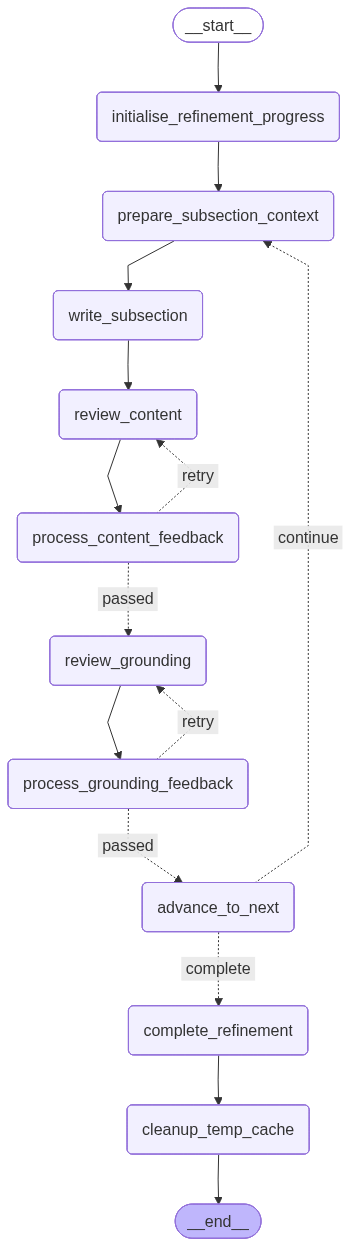
This is graph_diagrams/refinement_graph.png from flatala/langgraph-research, a Mermaid export, as it was before one commit. Its source is kept beside it as graph_diagrams/refinement_graph.mmd.
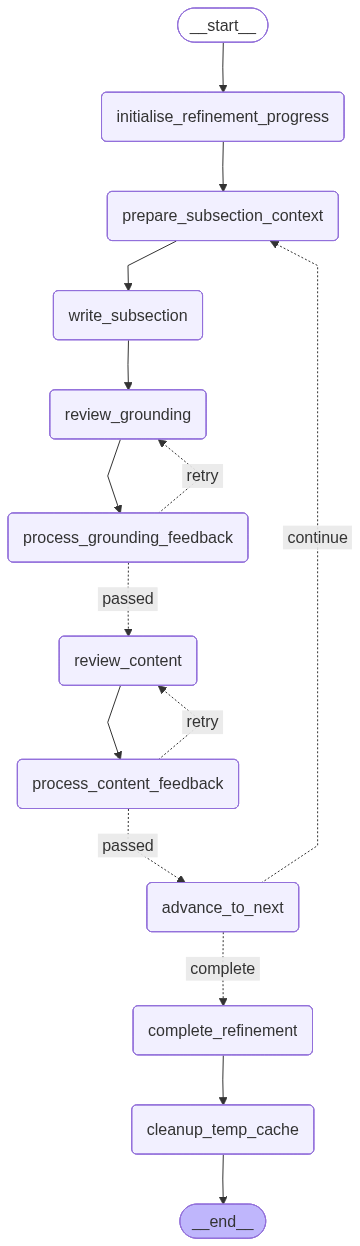
Above is the later version.

Commit message:
simplify graph, update prompts

What changed in the source:
```diff
@@ -22,13 +22,13 @@
 	complete_refinement --> cleanup_temp_cache;
 	initialise_refinement_progress --> prepare_subsection_context;
 	prepare_subsection_context --> write_subsection;
+	process_content_feedback -. &nbsp;passed&nbsp; .-> advance_to_next;
 	process_content_feedback -. &nbsp;retry&nbsp; .-> review_content;
-	process_content_feedback -. &nbsp;passed&nbsp; .-> review_grounding;
-	process_grounding_feedback -. &nbsp;passed&nbsp; .-> advance_to_next;
+	process_grounding_feedback -. &nbsp;passed&nbsp; .-> review_content;
 	process_grounding_feedback -. &nbsp;retry&nbsp; .-> review_grounding;
 	review_content --> process_content_feedback;
 	review_grounding --> process_grounding_feedback;
-	write_subsection --> review_content;
+	write_subsection --> review_grounding;
 	cleanup_temp_cache --> __end__;
 	classDef default fill:#f2f0ff,line-height:1.2
 	classDef first fill-opacity:0
```
